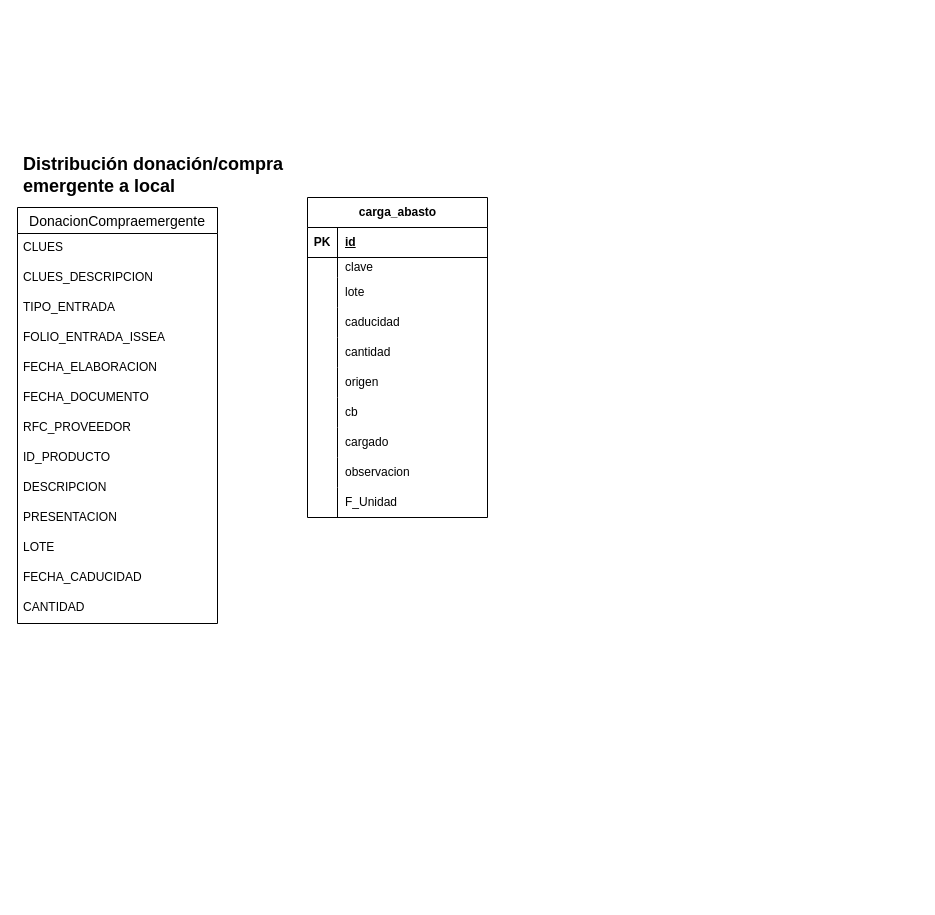
The draw.io diagram DonacionCompraEmergente.drawio in ErnestoDanielTafoyaMolinaCYM/clases-cat-cym, before the edit. Source tidied: cells renumbered, new cells numbered last; positions are measured from the earlier drawing's top-left corner, leaving out a move shared by most shapes. Both pictures are drawn from the tidied source at 100%, with x=0, y=0 at pixel (17, 147).
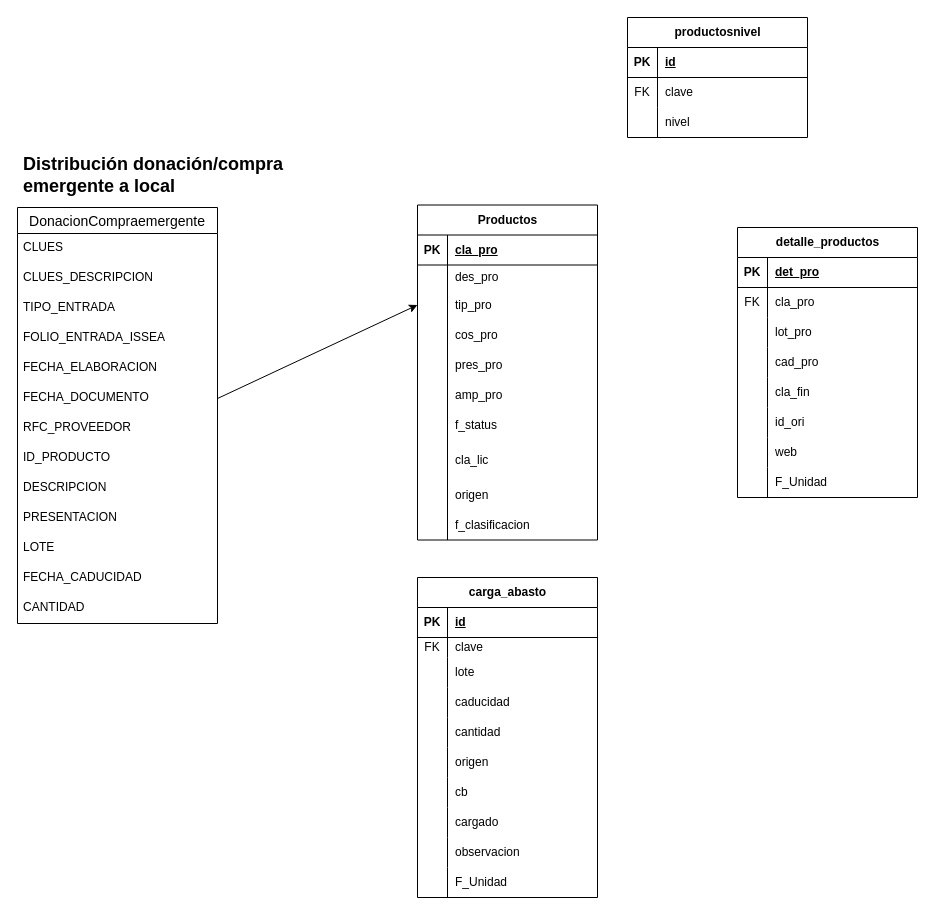
The same diagram, later.

Unchanged cells that the change refers to:
```xml
<mxCell id="6" style="shape=tableRow;horizontal=0;startSize=0;swimlaneHead=0;swimlaneBody=0;fillColor=none;top=0;left=0;right=0;bottom=0;" parent="2" vertex="1">
  <mxGeometry y="60" width="180" height="20" as="geometry" />
</mxCell>
<mxCell id="39" value="FECHA_DOCUMENTO" style="text;strokeColor=none;fillColor=none;spacingLeft=4;spacingRight=4;overflow=hidden;points=[[0,0.5],[1,0.5]];portConstraint=eastwest;fontSize=12;whiteSpace=wrap;html=1;" parent="33" vertex="1">
  <mxGeometry y="176" width="200" height="30" as="geometry" />
</mxCell>
```

The edit, as a diff of the source:
```diff
@@
     <mxCell id="2" value="carga_abasto" style="shape=table;startSize=30;childLayout=tableLayout;rowLines=0;fontStyle=1;align=center;html=1;" parent="1" vertex="1">
-      <mxGeometry x="290" y="50" width="180" height="320" as="geometry" />
+      <mxGeometry x="400" y="430" width="180" height="320" as="geometry" />
     </mxCell>
@@
-    <mxCell id="7" style="shape=partialRectangle;fillColor=none;top=0;left=0;bottom=0;right=0;overflow=hidden;whiteSpace=wrap;html=1;" parent="6" vertex="1">
+    <mxCell id="7" value="FK" style="shape=partialRectangle;fillColor=none;top=0;left=0;bottom=0;right=0;overflow=hidden;whiteSpace=wrap;html=1;" parent="6" vertex="1">
       <mxGeometry width="30" height="20" as="geometry" />
     </mxCell>
@@
+    <mxCell id="48" value="Productos" style="shape=table;startSize=30;childLayout=tableLayout;rowLines=0;fontStyle=1;align=center;html=1;" parent="1" vertex="1">
+      <mxGeometry x="400" y="57.5" width="180" height="335" as="geometry" />
+    </mxCell>
+    <mxCell id="49" style="shape=tableRow;horizontal=0;startSize=0;swimlaneHead=0;swimlaneBody=0;fillColor=none;top=0;left=0;right=0;bottom=1;" parent="48" vertex="1">
+      <mxGeometry y="30" width="180" height="30" as="geometry" />
+    </mxCell>
+    <mxCell id="50" value="PK" style="shape=partialRectangle;fillColor=none;top=0;left=0;bottom=0;right=0;fontStyle=1;overflow=hidden;whiteSpace=wrap;html=1;" parent="49" vertex="1">
+      <mxGeometry width="30" height="30" as="geometry" />
+    </mxCell>
+    <mxCell id="51" value="cla_pro" style="shape=partialRectangle;fillColor=none;top=0;left=0;bottom=0;right=0;align=left;spacingLeft=6;fontStyle=5;overflow=hidden;whiteSpace=wrap;html=1;" parent="49" vertex="1">
+      <mxGeometry x="30" width="150" height="30" as="geometry" />
+    </mxCell>
+    <mxCell id="52" style="shape=tableRow;horizontal=0;startSize=0;swimlaneHead=0;swimlaneBody=0;fillColor=none;top=0;left=0;right=0;bottom=0;" parent="48" vertex="1">
+      <mxGeometry y="60" width="180" height="25" as="geometry" />
+    </mxCell>
+    <mxCell id="53" style="shape=partialRectangle;fillColor=none;top=0;left=0;bottom=0;right=0;overflow=hidden;whiteSpace=wrap;html=1;" parent="52" vertex="1">
+      <mxGeometry width="30" height="25" as="geometry" />
+    </mxCell>
+    <mxCell id="54" value="des_pro" style="shape=partialRectangle;fillColor=none;top=0;left=0;bottom=0;right=0;align=left;spacingLeft=6;overflow=hidden;whiteSpace=wrap;html=1;" parent="52" vertex="1">
+      <mxGeometry x="30" width="150" height="25" as="geometry" />
+    </mxCell>
+    <mxCell id="55" style="shape=tableRow;horizontal=0;startSize=0;swimlaneHead=0;swimlaneBody=0;fillColor=none;points=[[0,0.5],[1,0.5]];portConstraint=eastwest;top=0;left=0;right=0;bottom=0;" parent="48" vertex="1">
+      <mxGeometry y="85" width="180" height="30" as="geometry" />
+    </mxCell>
+    <mxCell id="56" style="shape=partialRectangle;fillColor=none;top=0;left=0;bottom=0;right=0;overflow=hidden;whiteSpace=wrap;html=1;" parent="55" vertex="1">
+      <mxGeometry width="30" height="30" as="geometry" />
+    </mxCell>
+    <mxCell id="57" value="tip_pro" style="shape=partialRectangle;fillColor=none;top=0;left=0;bottom=0;right=0;align=left;spacingLeft=6;overflow=hidden;whiteSpace=wrap;html=1;" parent="55" vertex="1">
+      <mxGeometry x="30" width="150" height="30" as="geometry" />
+    </mxCell>
+    <mxCell id="58" style="shape=tableRow;horizontal=0;startSize=0;swimlaneHead=0;swimlaneBody=0;fillColor=none;top=0;left=0;right=0;bottom=0;" parent="48" vertex="1">
+      <mxGeometry y="115" width="180" height="30" as="geometry" />
+    </mxCell>
+    <mxCell id="59" style="shape=partialRectangle;fillColor=none;top=0;left=0;bottom=0;right=0;overflow=hidden;whiteSpace=wrap;html=1;" parent="58" vertex="1">
+      <mxGeometry width="30" height="30" as="geometry" />
+    </mxCell>
+    <mxCell id="60" value="cos_pro" style="shape=partialRectangle;fillColor=none;top=0;left=0;bottom=0;right=0;align=left;spacingLeft=6;overflow=hidden;whiteSpace=wrap;html=1;" parent="58" vertex="1">
+      <mxGeometry x="30" width="150" height="30" as="geometry" />
+    </mxCell>
+    <mxCell id="61" style="shape=tableRow;horizontal=0;startSize=0;swimlaneHead=0;swimlaneBody=0;fillColor=none;top=0;left=0;right=0;bottom=0;" parent="48" vertex="1">
+      <mxGeometry y="145" width="180" height="30" as="geometry" />
+    </mxCell>
+    <mxCell id="62" style="shape=partialRectangle;fillColor=none;top=0;left=0;bottom=0;right=0;overflow=hidden;whiteSpace=wrap;html=1;" parent="61" vertex="1">
+      <mxGeometry width="30" height="30" as="geometry" />
+    </mxCell>
+    <mxCell id="63" value="pres_pro" style="shape=partialRectangle;fillColor=none;top=0;left=0;bottom=0;right=0;align=left;spacingLeft=6;overflow=hidden;whiteSpace=wrap;html=1;" parent="61" vertex="1">
+      <mxGeometry x="30" width="150" height="30" as="geometry" />
+    </mxCell>
+    <mxCell id="64" style="shape=tableRow;horizontal=0;startSize=0;swimlaneHead=0;swimlaneBody=0;fillColor=none;top=0;left=0;right=0;bottom=0;" parent="48" vertex="1">
+      <mxGeometry y="175" width="180" height="30" as="geometry" />
+    </mxCell>
+    <mxCell id="65" style="shape=partialRectangle;fillColor=none;top=0;left=0;bottom=0;right=0;overflow=hidden;whiteSpace=wrap;html=1;" parent="64" vertex="1">
+      <mxGeometry width="30" height="30" as="geometry" />
+    </mxCell>
+    <mxCell id="66" value="amp_pro" style="shape=partialRectangle;fillColor=none;top=0;left=0;bottom=0;right=0;align=left;spacingLeft=6;overflow=hidden;whiteSpace=wrap;html=1;" parent="64" vertex="1">
+      <mxGeometry x="30" width="150" height="30" as="geometry" />
+    </mxCell>
+    <mxCell id="67" style="shape=tableRow;horizontal=0;startSize=0;swimlaneHead=0;swimlaneBody=0;fillColor=none;top=0;left=0;right=0;bottom=0;" parent="48" vertex="1">
+      <mxGeometry y="205" width="180" height="30" as="geometry" />
+    </mxCell>
+    <mxCell id="68" style="shape=partialRectangle;fillColor=none;top=0;left=0;bottom=0;right=0;overflow=hidden;whiteSpace=wrap;html=1;" parent="67" vertex="1">
+      <mxGeometry width="30" height="30" as="geometry" />
+    </mxCell>
+    <mxCell id="69" value="f_status" style="shape=partialRectangle;fillColor=none;top=0;left=0;bottom=0;right=0;align=left;spacingLeft=6;overflow=hidden;whiteSpace=wrap;html=1;" parent="67" vertex="1">
+      <mxGeometry x="30" width="150" height="30" as="geometry" />
+    </mxCell>
+    <mxCell id="70" style="shape=tableRow;horizontal=0;startSize=0;swimlaneHead=0;swimlaneBody=0;fillColor=none;top=0;left=0;right=0;bottom=0;" parent="48" vertex="1">
+      <mxGeometry y="235" width="180" height="40" as="geometry" />
+    </mxCell>
+    <mxCell id="71" style="shape=partialRectangle;fillColor=none;top=0;left=0;bottom=0;right=0;overflow=hidden;whiteSpace=wrap;html=1;" parent="70" vertex="1">
+      <mxGeometry width="30" height="40" as="geometry" />
+    </mxCell>
+    <mxCell id="72" value="cla_lic" style="shape=partialRectangle;fillColor=none;top=0;left=0;bottom=0;right=0;align=left;spacingLeft=6;overflow=hidden;whiteSpace=wrap;html=1;" parent="70" vertex="1">
+      <mxGeometry x="30" width="150" height="40" as="geometry" />
+    </mxCell>
+    <mxCell id="73" style="shape=tableRow;horizontal=0;startSize=0;swimlaneHead=0;swimlaneBody=0;fillColor=none;top=0;left=0;right=0;bottom=0;" parent="48" vertex="1">
+      <mxGeometry y="275" width="180" height="30" as="geometry" />
+    </mxCell>
+    <mxCell id="74" style="shape=partialRectangle;fillColor=none;top=0;left=0;bottom=0;right=0;overflow=hidden;whiteSpace=wrap;html=1;" parent="73" vertex="1">
+      <mxGeometry width="30" height="30" as="geometry" />
+    </mxCell>
+    <mxCell id="75" value="origen" style="shape=partialRectangle;fillColor=none;top=0;left=0;bottom=0;right=0;align=left;spacingLeft=6;overflow=hidden;whiteSpace=wrap;html=1;" parent="73" vertex="1">
+      <mxGeometry x="30" width="150" height="30" as="geometry" />
+    </mxCell>
+    <mxCell id="76" style="shape=tableRow;horizontal=0;startSize=0;swimlaneHead=0;swimlaneBody=0;fillColor=none;top=0;left=0;right=0;bottom=0;" parent="48" vertex="1">
+      <mxGeometry y="305" width="180" height="30" as="geometry" />
+    </mxCell>
+    <mxCell id="77" style="shape=partialRectangle;fillColor=none;top=0;left=0;bottom=0;right=0;overflow=hidden;whiteSpace=wrap;html=1;" parent="76" vertex="1">
+      <mxGeometry width="30" height="30" as="geometry" />
+    </mxCell>
+    <mxCell id="78" value="f_clasificacion" style="shape=partialRectangle;fillColor=none;top=0;left=0;bottom=0;right=0;align=left;spacingLeft=6;overflow=hidden;whiteSpace=wrap;html=1;" parent="76" vertex="1">
+      <mxGeometry x="30" width="150" height="30" as="geometry" />
+    </mxCell>
+    <mxCell id="79" style="endArrow=classic;html=1;rounded=0;entryX=0;entryY=0.5;entryDx=0;entryDy=0;exitX=1;exitY=0.5;exitDx=0;exitDy=0;" parent="1" edge="1" source="39" target="55">
+      <mxGeometry relative="1" as="geometry" />
+    </mxCell>
+    <mxCell id="80" value="detalle_productos" style="shape=table;startSize=30;childLayout=tableLayout;rowLines=0;fontStyle=1;align=center;html=1;" parent="1" vertex="1">
+      <mxGeometry x="720" y="80" width="180" height="270" as="geometry" />
+    </mxCell>
+    <mxCell id="81" style="shape=tableRow;horizontal=0;startSize=0;swimlaneHead=0;swimlaneBody=0;fillColor=none;top=0;left=0;right=0;bottom=1;" parent="80" vertex="1">
+      <mxGeometry y="30" width="180" height="30" as="geometry" />
+    </mxCell>
+    <mxCell id="82" value="PK" style="shape=partialRectangle;fillColor=none;top=0;left=0;bottom=0;right=0;fontStyle=1;overflow=hidden;whiteSpace=wrap;html=1;" parent="81" vertex="1">
+      <mxGeometry width="30" height="30" as="geometry" />
+    </mxCell>
+    <mxCell id="83" value="det_pro" style="shape=partialRectangle;fillColor=none;top=0;left=0;bottom=0;right=0;align=left;spacingLeft=6;fontStyle=5;overflow=hidden;whiteSpace=wrap;html=1;" parent="81" vertex="1">
+      <mxGeometry x="30" width="150" height="30" as="geometry" />
+    </mxCell>
+    <mxCell id="84" style="shape=tableRow;horizontal=0;startSize=0;swimlaneHead=0;swimlaneBody=0;fillColor=none;top=0;left=0;right=0;bottom=0;" parent="80" vertex="1">
+      <mxGeometry y="60" width="180" height="30" as="geometry" />
+    </mxCell>
+    <mxCell id="85" value="FK" style="shape=partialRectangle;fillColor=none;top=0;left=0;bottom=0;right=0;overflow=hidden;whiteSpace=wrap;html=1;" parent="84" vertex="1">
+      <mxGeometry width="30" height="30" as="geometry" />
+    </mxCell>
+    <mxCell id="86" value="cla_pro" style="shape=partialRectangle;fillColor=none;top=0;left=0;bottom=0;right=0;align=left;spacingLeft=6;overflow=hidden;whiteSpace=wrap;html=1;" parent="84" vertex="1">
+      <mxGeometry x="30" width="150" height="30" as="geometry" />
+    </mxCell>
+    <mxCell id="87" style="shape=tableRow;horizontal=0;startSize=0;swimlaneHead=0;swimlaneBody=0;fillColor=none;top=0;left=0;right=0;bottom=0;" parent="80" vertex="1">
+      <mxGeometry y="90" width="180" height="30" as="geometry" />
+    </mxCell>
+    <mxCell id="88" style="shape=partialRectangle;fillColor=none;top=0;left=0;bottom=0;right=0;overflow=hidden;whiteSpace=wrap;html=1;" parent="87" vertex="1">
+      <mxGeometry width="30" height="30" as="geometry" />
+    </mxCell>
+    <mxCell id="89" value="lot_pro" style="shape=partialRectangle;fillColor=none;top=0;left=0;bottom=0;right=0;align=left;spacingLeft=6;overflow=hidden;whiteSpace=wrap;html=1;" parent="87" vertex="1">
+      <mxGeometry x="30" width="150" height="30" as="geometry" />
+    </mxCell>
+    <mxCell id="90" style="shape=tableRow;horizontal=0;startSize=0;swimlaneHead=0;swimlaneBody=0;fillColor=none;top=0;left=0;right=0;bottom=0;" parent="80" vertex="1">
+      <mxGeometry y="120" width="180" height="30" as="geometry" />
+    </mxCell>
+    <mxCell id="91" style="shape=partialRectangle;fillColor=none;top=0;left=0;bottom=0;right=0;overflow=hidden;whiteSpace=wrap;html=1;" parent="90" vertex="1">
+      <mxGeometry width="30" height="30" as="geometry" />
+    </mxCell>
+    <mxCell id="92" value="cad_pro" style="shape=partialRectangle;fillColor=none;top=0;left=0;bottom=0;right=0;align=left;spacingLeft=6;overflow=hidden;whiteSpace=wrap;html=1;" parent="90" vertex="1">
+      <mxGeometry x="30" width="150" height="30" as="geometry" />
+    </mxCell>
+    <mxCell id="93" style="shape=tableRow;horizontal=0;startSize=0;swimlaneHead=0;swimlaneBody=0;fillColor=none;top=0;left=0;right=0;bottom=0;" parent="80" vertex="1">
+      <mxGeometry y="150" width="180" height="30" as="geometry" />
+    </mxCell>
+    <mxCell id="94" style="shape=partialRectangle;fillColor=none;top=0;left=0;bottom=0;right=0;overflow=hidden;whiteSpace=wrap;html=1;" parent="93" vertex="1">
+      <mxGeometry width="30" height="30" as="geometry" />
+    </mxCell>
+    <mxCell id="95" value="cla_fin" style="shape=partialRectangle;fillColor=none;top=0;left=0;bottom=0;right=0;align=left;spacingLeft=6;overflow=hidden;whiteSpace=wrap;html=1;" parent="93" vertex="1">
+      <mxGeometry x="30" width="150" height="30" as="geometry" />
+    </mxCell>
+    <mxCell id="96" style="shape=tableRow;horizontal=0;startSize=0;swimlaneHead=0;swimlaneBody=0;fillColor=none;top=0;left=0;right=0;bottom=0;" parent="80" vertex="1">
+      <mxGeometry y="180" width="180" height="30" as="geometry" />
+    </mxCell>
+    <mxCell id="97" style="shape=partialRectangle;fillColor=none;top=0;left=0;bottom=0;right=0;overflow=hidden;whiteSpace=wrap;html=1;" parent="96" vertex="1">
+      <mxGeometry width="30" height="30" as="geometry" />
+    </mxCell>
+    <mxCell id="98" value="id_ori" style="shape=partialRectangle;fillColor=none;top=0;left=0;bottom=0;right=0;align=left;spacingLeft=6;overflow=hidden;whiteSpace=wrap;html=1;" parent="96" vertex="1">
+      <mxGeometry x="30" width="150" height="30" as="geometry" />
+    </mxCell>
+    <mxCell id="99" style="shape=tableRow;horizontal=0;startSize=0;swimlaneHead=0;swimlaneBody=0;fillColor=none;top=0;left=0;right=0;bottom=0;" parent="80" vertex="1">
+      <mxGeometry y="210" width="180" height="30" as="geometry" />
+    </mxCell>
+    <mxCell id="100" style="shape=partialRectangle;fillColor=none;top=0;left=0;bottom=0;right=0;overflow=hidden;whiteSpace=wrap;html=1;" parent="99" vertex="1">
+      <mxGeometry width="30" height="30" as="geometry" />
+    </mxCell>
+    <mxCell id="101" value="web" style="shape=partialRectangle;fillColor=none;top=0;left=0;bottom=0;right=0;align=left;spacingLeft=6;overflow=hidden;whiteSpace=wrap;html=1;" parent="99" vertex="1">
+      <mxGeometry x="30" width="150" height="30" as="geometry" />
+    </mxCell>
+    <mxCell id="102" style="shape=tableRow;horizontal=0;startSize=0;swimlaneHead=0;swimlaneBody=0;fillColor=none;top=0;left=0;right=0;bottom=0;" parent="80" vertex="1">
+      <mxGeometry y="240" width="180" height="30" as="geometry" />
+    </mxCell>
+    <mxCell id="103" style="shape=partialRectangle;fillColor=none;top=0;left=0;bottom=0;right=0;overflow=hidden;whiteSpace=wrap;html=1;" parent="102" vertex="1">
+      <mxGeometry width="30" height="30" as="geometry" />
+    </mxCell>
+    <mxCell id="104" value="F_Unidad" style="shape=partialRectangle;fillColor=none;top=0;left=0;bottom=0;right=0;align=left;spacingLeft=6;overflow=hidden;whiteSpace=wrap;html=1;" parent="102" vertex="1">
+      <mxGeometry x="30" width="150" height="30" as="geometry" />
+    </mxCell>
+    <mxCell id="105" value="productosnivel" style="shape=table;startSize=30;childLayout=tableLayout;rowLines=0;fontStyle=1;align=center;html=1;" parent="1" vertex="1">
+      <mxGeometry x="610" y="-130" width="180" height="120" as="geometry" />
+    </mxCell>
+    <mxCell id="106" style="shape=tableRow;horizontal=0;startSize=0;swimlaneHead=0;swimlaneBody=0;fillColor=none;top=0;left=0;right=0;bottom=1;" parent="105" vertex="1">
+      <mxGeometry y="30" width="180" height="30" as="geometry" />
+    </mxCell>
+    <mxCell id="107" value="PK" style="shape=partialRectangle;fillColor=none;top=0;left=0;bottom=0;right=0;fontStyle=1;overflow=hidden;whiteSpace=wrap;html=1;" parent="106" vertex="1">
+      <mxGeometry width="30" height="30" as="geometry" />
+    </mxCell>
+    <mxCell id="108" value="id" style="shape=partialRectangle;fillColor=none;top=0;left=0;bottom=0;right=0;align=left;spacingLeft=6;fontStyle=5;overflow=hidden;whiteSpace=wrap;html=1;" parent="106" vertex="1">
+      <mxGeometry x="30" width="150" height="30" as="geometry" />
+    </mxCell>
+    <mxCell id="109" style="shape=tableRow;horizontal=0;startSize=0;swimlaneHead=0;swimlaneBody=0;fillColor=none;top=0;left=0;right=0;bottom=0;" parent="105" vertex="1">
+      <mxGeometry y="60" width="180" height="30" as="geometry" />
+    </mxCell>
+    <mxCell id="110" value="FK" style="shape=partialRectangle;fillColor=none;top=0;left=0;bottom=0;right=0;overflow=hidden;whiteSpace=wrap;html=1;" parent="109" vertex="1">
+      <mxGeometry width="30" height="30" as="geometry" />
+    </mxCell>
+    <mxCell id="111" value="clave" style="shape=partialRectangle;fillColor=none;top=0;left=0;bottom=0;right=0;align=left;spacingLeft=6;overflow=hidden;whiteSpace=wrap;html=1;" parent="109" vertex="1">
+      <mxGeometry x="30" width="150" height="30" as="geometry" />
+    </mxCell>
+    <mxCell id="112" style="shape=tableRow;horizontal=0;startSize=0;swimlaneHead=0;swimlaneBody=0;fillColor=none;top=0;left=0;right=0;bottom=0;" parent="105" vertex="1">
+      <mxGeometry y="90" width="180" height="30" as="geometry" />
+    </mxCell>
+    <mxCell id="113" style="shape=partialRectangle;fillColor=none;top=0;left=0;bottom=0;right=0;overflow=hidden;whiteSpace=wrap;html=1;" parent="112" vertex="1">
+      <mxGeometry width="30" height="30" as="geometry" />
+    </mxCell>
+    <mxCell id="114" value="nivel" style="shape=partialRectangle;fillColor=none;top=0;left=0;bottom=0;right=0;align=left;spacingLeft=6;overflow=hidden;whiteSpace=wrap;html=1;" parent="112" vertex="1">
+      <mxGeometry x="30" width="150" height="30" as="geometry" />
+    </mxCell>
```
